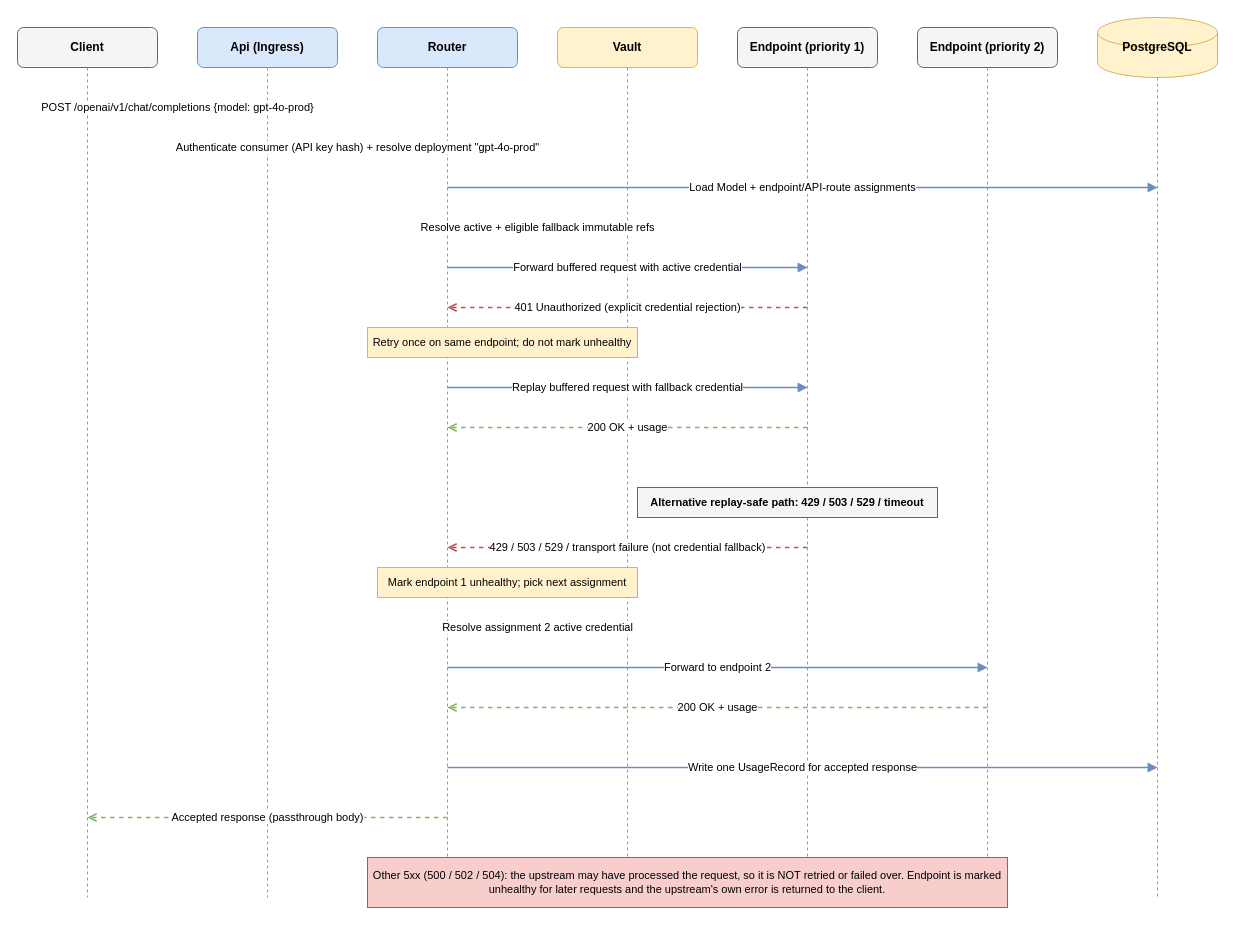
The draw.io diagram specs/architecture/diagrams/03-sequence-non-streaming-failover.drawio in azureholic/AIProxyPlus, before the edit. Source tidied: cells renumbered, new cells numbered last; positions are measured from the earlier drawing's top-left corner, leaving out a move shared by most shapes. Both pictures are drawn from the tidied source at 100%, with x=0, y=0 at pixel (17, 17).
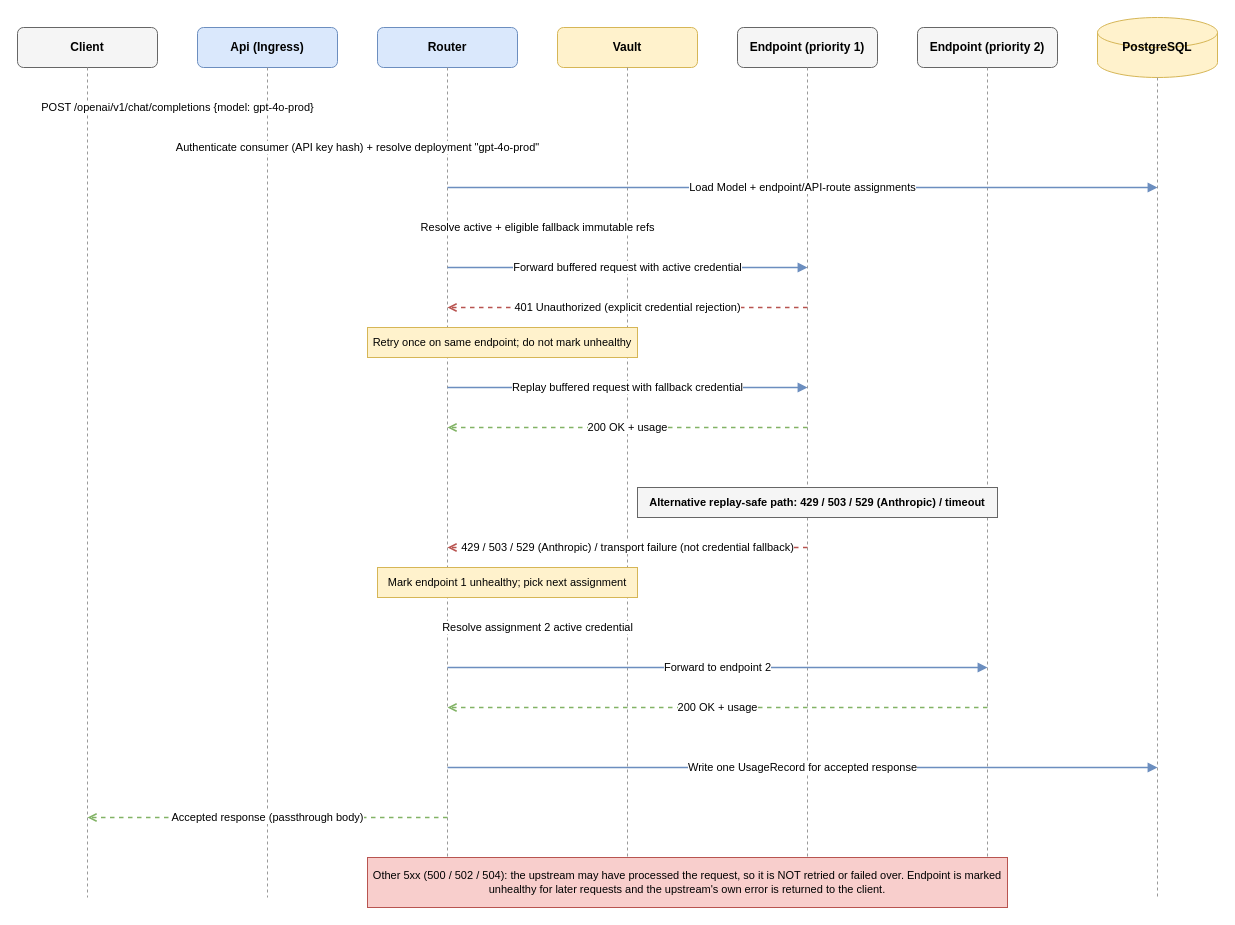
Above is the later version.

Commit message (it also covers changes not shown here):
Trust 529 as replay-safe only on Anthropic routes

Change to the diagram source:
```diff
@@
-    <mxCell id="25" value="Alternative replay-safe path: 429 / 503 / 529 / timeout" style="rounded=0;whiteSpace=wrap;html=1;fillColor=#f5f5f5;strokeColor=#666666;fontSize=11;align=center;fontStyle=1;" parent="1" vertex="1">
-      <mxGeometry x="620" y="470" width="300" height="30" as="geometry" />
+    <mxCell id="25" value="Alternative replay-safe path: 429 / 503 / 529 (Anthropic) / timeout" style="rounded=0;whiteSpace=wrap;html=1;fillColor=#f5f5f5;strokeColor=#666666;fontSize=11;align=center;fontStyle=1;" parent="1" vertex="1">
+      <mxGeometry x="620" y="470" width="360" height="30" as="geometry" />
     </mxCell>
-    <mxCell id="26" value="429 / 503 / 529 / transport failure (not credential fallback)" style="html=1;endArrow=open;dashed=1;strokeColor=#b85450;strokeWidth=1.5;fontSize=11;" parent="1" edge="1">
+    <mxCell id="26" value="429 / 503 / 529 (Anthropic) / transport failure (not credential fallback)" style="html=1;endArrow=open;dashed=1;strokeColor=#b85450;strokeWidth=1.5;fontSize=11;" parent="1" edge="1">
       <mxGeometry relative="1" as="geometry">
         <mxPoint x="790" y="530" as="sourcePoint" />
         <mxPoint x="430" y="530" as="targetPoint" />
       </mxGeometry>
     </mxCell>
```
